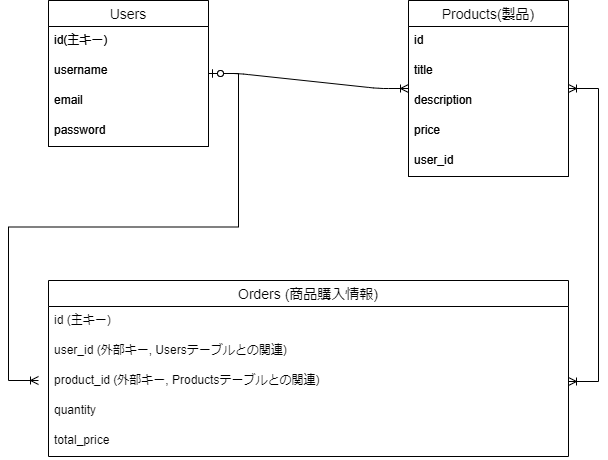
Earlier version of the draw.io export test.png (IP-C/furima-39441-d). Source tidied: cells renumbered, new cells last; positions are measured from the earlier drawing's top-left corner, leaving out a move shared by most shapes. Its diagram source:
```xml
<mxGraphModel>
  <root>
    <mxCell id="0" />
    <mxCell id="1" parent="0" />
    <mxCell id="2" value="Users" style="swimlane;fontStyle=0;horizontal=1;startSize=26;align=center;fontSize=14;" parent="1" vertex="1">
      <mxGeometry x="10" width="160" height="146" as="geometry" />
    </mxCell>
    <mxCell id="3" value="id(主キー)" style="text;strokeColor=none;fillColor=none;spacingLeft=4;spacingRight=4;overflow=hidden;fontSize=12;" parent="2" vertex="1">
      <mxGeometry y="26" width="160" height="30" as="geometry" />
    </mxCell>
    <mxCell id="4" value="username" style="text;strokeColor=none;fillColor=none;spacingLeft=4;spacingRight=4;overflow=hidden;fontSize=12;" parent="2" vertex="1">
      <mxGeometry y="56" width="160" height="30" as="geometry" />
    </mxCell>
    <mxCell id="5" value="email" style="text;strokeColor=none;fillColor=none;spacingLeft=4;spacingRight=4;overflow=hidden;fontSize=12;" parent="2" vertex="1">
      <mxGeometry y="86" width="160" height="30" as="geometry" />
    </mxCell>
    <mxCell id="6" value="password" style="text;strokeColor=none;fillColor=none;spacingLeft=4;spacingRight=4;overflow=hidden;fontSize=12;" parent="2" vertex="1">
      <mxGeometry y="116" width="160" height="30" as="geometry" />
    </mxCell>
    <mxCell id="7" value="Products(製品)" style="swimlane;fontStyle=0;horizontal=1;startSize=26;align=center;fontSize=14;" parent="1" vertex="1">
      <mxGeometry x="370" width="160" height="176" as="geometry" />
    </mxCell>
    <mxCell id="8" value="id" style="text;strokeColor=none;fillColor=none;spacingLeft=4;spacingRight=4;overflow=hidden;fontSize=12;" parent="7" vertex="1">
      <mxGeometry y="26" width="160" height="30" as="geometry" />
    </mxCell>
    <mxCell id="9" value="title" style="text;strokeColor=none;fillColor=none;spacingLeft=4;spacingRight=4;overflow=hidden;fontSize=12;" parent="7" vertex="1">
      <mxGeometry y="56" width="160" height="30" as="geometry" />
    </mxCell>
    <mxCell id="10" value="description" style="text;strokeColor=none;fillColor=none;spacingLeft=4;spacingRight=4;overflow=hidden;fontSize=12;" parent="7" vertex="1">
      <mxGeometry y="86" width="160" height="30" as="geometry" />
    </mxCell>
    <mxCell id="11" value="price" style="text;strokeColor=none;fillColor=none;spacingLeft=4;spacingRight=4;overflow=hidden;fontSize=12;" parent="7" vertex="1">
      <mxGeometry y="116" width="160" height="30" as="geometry" />
    </mxCell>
    <mxCell id="12" value="user_id" style="text;strokeColor=none;fillColor=none;spacingLeft=4;spacingRight=4;overflow=hidden;fontSize=12;" parent="7" vertex="1">
      <mxGeometry y="146" width="160" height="30" as="geometry" />
    </mxCell>
    <mxCell id="13" value="Users" style="swimlane;fontStyle=0;horizontal=1;startSize=26;align=center;fontSize=14;" parent="1" vertex="1">
      <mxGeometry x="10" width="160" height="146" as="geometry" />
    </mxCell>
    <mxCell id="14" value="id(主キー)" style="text;strokeColor=none;fillColor=none;spacingLeft=4;spacingRight=4;overflow=hidden;fontSize=12;" parent="13" vertex="1">
      <mxGeometry y="26" width="160" height="30" as="geometry" />
    </mxCell>
    <mxCell id="15" value="username" style="text;strokeColor=none;fillColor=none;spacingLeft=4;spacingRight=4;overflow=hidden;fontSize=12;" parent="13" vertex="1">
      <mxGeometry y="56" width="160" height="30" as="geometry" />
    </mxCell>
    <mxCell id="16" value="email" style="text;strokeColor=none;fillColor=none;spacingLeft=4;spacingRight=4;overflow=hidden;fontSize=12;" parent="13" vertex="1">
      <mxGeometry y="86" width="160" height="30" as="geometry" />
    </mxCell>
    <mxCell id="17" value="password" style="text;strokeColor=none;fillColor=none;spacingLeft=4;spacingRight=4;overflow=hidden;fontSize=12;" parent="13" vertex="1">
      <mxGeometry y="116" width="160" height="30" as="geometry" />
    </mxCell>
    <mxCell id="18" value="Products(製品)" style="swimlane;fontStyle=0;horizontal=1;startSize=26;align=center;fontSize=14;" parent="1" vertex="1">
      <mxGeometry x="370" width="160" height="176" as="geometry" />
    </mxCell>
    <mxCell id="19" value="id" style="text;strokeColor=none;fillColor=none;spacingLeft=4;spacingRight=4;overflow=hidden;fontSize=12;" parent="18" vertex="1">
      <mxGeometry y="26" width="160" height="30" as="geometry" />
    </mxCell>
    <mxCell id="20" value="title" style="text;strokeColor=none;fillColor=none;spacingLeft=4;spacingRight=4;overflow=hidden;fontSize=12;" parent="18" vertex="1">
      <mxGeometry y="56" width="160" height="30" as="geometry" />
    </mxCell>
    <mxCell id="21" value="description" style="text;strokeColor=none;fillColor=none;spacingLeft=4;spacingRight=4;overflow=hidden;fontSize=12;" parent="18" vertex="1">
      <mxGeometry y="86" width="160" height="30" as="geometry" />
    </mxCell>
    <mxCell id="22" value="price" style="text;strokeColor=none;fillColor=none;spacingLeft=4;spacingRight=4;overflow=hidden;fontSize=12;" parent="18" vertex="1">
      <mxGeometry y="116" width="160" height="30" as="geometry" />
    </mxCell>
    <mxCell id="23" value="user_id" style="text;strokeColor=none;fillColor=none;spacingLeft=4;spacingRight=4;overflow=hidden;fontSize=12;" parent="18" vertex="1">
      <mxGeometry y="146" width="160" height="30" as="geometry" />
    </mxCell>
    <mxCell id="24" value="Orders (商品購入情報)" style="swimlane;fontStyle=0;horizontal=1;startSize=26;align=center;fontSize=14;" parent="1" vertex="1">
      <mxGeometry x="10" y="280" width="520" height="176" as="geometry" />
    </mxCell>
    <mxCell id="25" value="id (主キー)" style="text;strokeColor=none;fillColor=none;spacingLeft=4;spacingRight=4;overflow=hidden;fontSize=12;" parent="24" vertex="1">
      <mxGeometry y="26" width="520" height="30" as="geometry" />
    </mxCell>
    <mxCell id="26" value="user_id (外部キー, Usersテーブルとの関連)" style="text;strokeColor=none;fillColor=none;spacingLeft=4;spacingRight=4;overflow=hidden;points=[[0,0.5],[1,0.5]];portConstraint=eastwest;fontSize=12;" parent="24" vertex="1">
      <mxGeometry y="56" width="520" height="30" as="geometry" />
    </mxCell>
    <mxCell id="27" value="product_id (外部キー, Productsテーブルとの関連)" style="text;strokeColor=none;fillColor=none;spacingLeft=4;spacingRight=4;overflow=hidden;points=[[0,0.5],[1,0.5]];portConstraint=eastwest;fontSize=12;" parent="24" vertex="1">
      <mxGeometry y="86" width="520" height="30" as="geometry" />
    </mxCell>
    <mxCell id="28" value="quantity" style="text;strokeColor=none;fillColor=none;spacingLeft=4;spacingRight=4;overflow=hidden;points=[[0,0.5],[1,0.5]];portConstraint=eastwest;fontSize=12;" parent="24" vertex="1">
      <mxGeometry y="116" width="520" height="30" as="geometry" />
    </mxCell>
    <mxCell id="29" value="total_price" style="text;strokeColor=none;fillColor=none;spacingLeft=4;spacingRight=4;overflow=hidden;fontSize=12;" parent="24" vertex="1">
      <mxGeometry y="146" width="520" height="30" as="geometry" />
    </mxCell>
    <mxCell id="30" style="edgeStyle=entityRelationEdgeStyle;fontSize=12;html=1;endArrow=ERoneToMany;startArrow=ERoneToMany;rounded=0;labelBackgroundColor=default;strokeColor=default;fontFamily=Helvetica;fontColor=default;shape=connector;exitX=1;exitY=0.5;exitDx=0;exitDy=0;" parent="1" edge="1" source="27" target="18">
      <mxGeometry relative="1" as="geometry" />
    </mxCell>
    <mxCell id="31" style="edgeStyle=entityRelationEdgeStyle;fontSize=12;html=1;endArrow=ERoneToMany;startArrow=ERzeroToOne;rounded=0;labelBackgroundColor=default;strokeColor=default;fontFamily=Helvetica;fontColor=default;shape=connector;" parent="1" edge="1" source="13">
      <mxGeometry relative="1" as="geometry">
        <mxPoint y="380" as="targetPoint" />
      </mxGeometry>
    </mxCell>
    <mxCell id="32" style="edgeStyle=entityRelationEdgeStyle;fontSize=12;html=1;endArrow=ERoneToMany;startArrow=ERzeroToOne;rounded=1;labelBackgroundColor=default;strokeColor=default;fontFamily=Helvetica;fontColor=default;shape=connector;" parent="1" edge="1" source="13" target="18">
      <mxGeometry relative="1" as="geometry" />
    </mxCell>
  </root>
</mxGraphModel>
```
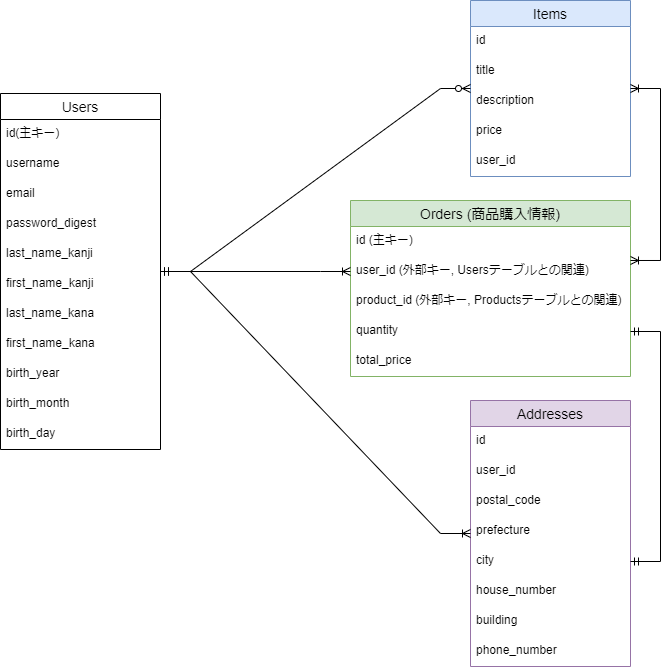
Later version of the same file.

Change to the diagram source:
```diff
@@ -2,41 +2,8 @@
   <root>
     <mxCell id="0" />
     <mxCell id="1" parent="0" />
-    <mxCell id="2" value="Users" style="swimlane;fontStyle=0;horizontal=1;startSize=26;align=center;fontSize=14;" parent="1" vertex="1">
-      <mxGeometry x="10" width="160" height="146" as="geometry" />
-    </mxCell>
-    <mxCell id="3" value="id(主キー)" style="text;strokeColor=none;fillColor=none;spacingLeft=4;spacingRight=4;overflow=hidden;fontSize=12;" parent="2" vertex="1">
-      <mxGeometry y="26" width="160" height="30" as="geometry" />
-    </mxCell>
-    <mxCell id="4" value="username" style="text;strokeColor=none;fillColor=none;spacingLeft=4;spacingRight=4;overflow=hidden;fontSize=12;" parent="2" vertex="1">
-      <mxGeometry y="56" width="160" height="30" as="geometry" />
-    </mxCell>
-    <mxCell id="5" value="email" style="text;strokeColor=none;fillColor=none;spacingLeft=4;spacingRight=4;overflow=hidden;fontSize=12;" parent="2" vertex="1">
-      <mxGeometry y="86" width="160" height="30" as="geometry" />
-    </mxCell>
-    <mxCell id="6" value="password" style="text;strokeColor=none;fillColor=none;spacingLeft=4;spacingRight=4;overflow=hidden;fontSize=12;" parent="2" vertex="1">
-      <mxGeometry y="116" width="160" height="30" as="geometry" />
-    </mxCell>
-    <mxCell id="7" value="Products(製品)" style="swimlane;fontStyle=0;horizontal=1;startSize=26;align=center;fontSize=14;" parent="1" vertex="1">
-      <mxGeometry x="370" width="160" height="176" as="geometry" />
-    </mxCell>
-    <mxCell id="8" value="id" style="text;strokeColor=none;fillColor=none;spacingLeft=4;spacingRight=4;overflow=hidden;fontSize=12;" parent="7" vertex="1">
-      <mxGeometry y="26" width="160" height="30" as="geometry" />
-    </mxCell>
-    <mxCell id="9" value="title" style="text;strokeColor=none;fillColor=none;spacingLeft=4;spacingRight=4;overflow=hidden;fontSize=12;" parent="7" vertex="1">
-      <mxGeometry y="56" width="160" height="30" as="geometry" />
-    </mxCell>
-    <mxCell id="10" value="description" style="text;strokeColor=none;fillColor=none;spacingLeft=4;spacingRight=4;overflow=hidden;fontSize=12;" parent="7" vertex="1">
-      <mxGeometry y="86" width="160" height="30" as="geometry" />
-    </mxCell>
-    <mxCell id="11" value="price" style="text;strokeColor=none;fillColor=none;spacingLeft=4;spacingRight=4;overflow=hidden;fontSize=12;" parent="7" vertex="1">
-      <mxGeometry y="116" width="160" height="30" as="geometry" />
-    </mxCell>
-    <mxCell id="12" value="user_id" style="text;strokeColor=none;fillColor=none;spacingLeft=4;spacingRight=4;overflow=hidden;fontSize=12;" parent="7" vertex="1">
-      <mxGeometry y="146" width="160" height="30" as="geometry" />
-    </mxCell>
     <mxCell id="13" value="Users" style="swimlane;fontStyle=0;horizontal=1;startSize=26;align=center;fontSize=14;" parent="1" vertex="1">
-      <mxGeometry x="10" width="160" height="146" as="geometry" />
+      <mxGeometry x="-60" y="53" width="160" height="356" as="geometry" />
     </mxCell>
     <mxCell id="14" value="id(主キー)" style="text;strokeColor=none;fillColor=none;spacingLeft=4;spacingRight=4;overflow=hidden;fontSize=12;" parent="13" vertex="1">
       <mxGeometry y="26" width="160" height="30" as="geometry" />
@@ -47,11 +14,32 @@
     <mxCell id="16" value="email" style="text;strokeColor=none;fillColor=none;spacingLeft=4;spacingRight=4;overflow=hidden;fontSize=12;" parent="13" vertex="1">
       <mxGeometry y="86" width="160" height="30" as="geometry" />
     </mxCell>
-    <mxCell id="17" value="password" style="text;strokeColor=none;fillColor=none;spacingLeft=4;spacingRight=4;overflow=hidden;fontSize=12;" parent="13" vertex="1">
+    <mxCell id="17" value="password_digest" style="text;strokeColor=none;fillColor=none;spacingLeft=4;spacingRight=4;overflow=hidden;fontSize=12;" parent="13" vertex="1">
       <mxGeometry y="116" width="160" height="30" as="geometry" />
     </mxCell>
+    <mxCell id="33" value="last_name_kanji" style="text;strokeColor=none;fillColor=none;spacingLeft=4;spacingRight=4;overflow=hidden;fontSize=12;fontFamily=Helvetica;fontColor=default;" parent="13" vertex="1">
+      <mxGeometry y="146" width="160" height="30" as="geometry" />
+    </mxCell>
+    <mxCell id="34" value="first_name_kanji" style="text;strokeColor=none;fillColor=none;spacingLeft=4;spacingRight=4;overflow=hidden;fontSize=12;fontFamily=Helvetica;fontColor=default;" parent="13" vertex="1">
+      <mxGeometry y="176" width="160" height="30" as="geometry" />
+    </mxCell>
+    <mxCell id="35" value="last_name_kana" style="text;strokeColor=none;fillColor=none;spacingLeft=4;spacingRight=4;overflow=hidden;fontSize=12;fontFamily=Helvetica;fontColor=default;" parent="13" vertex="1">
+      <mxGeometry y="206" width="160" height="30" as="geometry" />
+    </mxCell>
+    <mxCell id="36" value="first_name_kana" style="text;strokeColor=none;fillColor=none;spacingLeft=4;spacingRight=4;overflow=hidden;fontSize=12;fontFamily=Helvetica;fontColor=default;" parent="13" vertex="1">
+      <mxGeometry y="236" width="160" height="30" as="geometry" />
+    </mxCell>
+    <mxCell id="37" value="birth_year" style="text;strokeColor=none;fillColor=none;spacingLeft=4;spacingRight=4;overflow=hidden;fontSize=12;fontFamily=Helvetica;fontColor=default;" parent="13" vertex="1">
+      <mxGeometry y="266" width="160" height="30" as="geometry" />
+    </mxCell>
+    <mxCell id="38" value="birth_month" style="text;strokeColor=none;fillColor=none;spacingLeft=4;spacingRight=4;overflow=hidden;fontSize=12;fontFamily=Helvetica;fontColor=default;" parent="13" vertex="1">
+      <mxGeometry y="296" width="160" height="30" as="geometry" />
+    </mxCell>
+    <mxCell id="39" value="birth_day" style="text;strokeColor=none;fillColor=none;spacingLeft=4;spacingRight=4;overflow=hidden;fontSize=12;fontFamily=Helvetica;fontColor=default;" parent="13" vertex="1">
+      <mxGeometry y="326" width="160" height="30" as="geometry" />
+    </mxCell>
-    <mxCell id="18" value="Products(製品)" style="swimlane;fontStyle=0;horizontal=1;startSize=26;align=center;fontSize=14;" parent="1" vertex="1">
-      <mxGeometry x="370" width="160" height="176" as="geometry" />
+    <mxCell id="18" value="Items" style="swimlane;fontStyle=0;horizontal=1;startSize=26;align=center;fontSize=14;fillColor=#dae8fc;strokeColor=#6c8ebf;" parent="1" vertex="1">
+      <mxGeometry x="410" y="-40" width="160" height="176" as="geometry" />
     </mxCell>
     <mxCell id="19" value="id" style="text;strokeColor=none;fillColor=none;spacingLeft=4;spacingRight=4;overflow=hidden;fontSize=12;" parent="18" vertex="1">
       <mxGeometry y="26" width="160" height="30" as="geometry" />
@@ -68,34 +56,65 @@
     <mxCell id="23" value="user_id" style="text;strokeColor=none;fillColor=none;spacingLeft=4;spacingRight=4;overflow=hidden;fontSize=12;" parent="18" vertex="1">
       <mxGeometry y="146" width="160" height="30" as="geometry" />
     </mxCell>
-    <mxCell id="24" value="Orders (商品購入情報)" style="swimlane;fontStyle=0;horizontal=1;startSize=26;align=center;fontSize=14;" parent="1" vertex="1">
-      <mxGeometry x="10" y="280" width="520" height="176" as="geometry" />
+    <mxCell id="24" value="Orders (商品購入情報)" style="swimlane;fontStyle=0;horizontal=1;startSize=26;align=center;fontSize=14;fillColor=#d5e8d4;strokeColor=#82b366;" parent="1" vertex="1">
+      <mxGeometry x="290" y="160" width="280" height="176" as="geometry" />
     </mxCell>
     <mxCell id="25" value="id (主キー)" style="text;strokeColor=none;fillColor=none;spacingLeft=4;spacingRight=4;overflow=hidden;fontSize=12;" parent="24" vertex="1">
-      <mxGeometry y="26" width="520" height="30" as="geometry" />
+      <mxGeometry y="26" width="280" height="30" as="geometry" />
     </mxCell>
     <mxCell id="26" value="user_id (外部キー, Usersテーブルとの関連)" style="text;strokeColor=none;fillColor=none;spacingLeft=4;spacingRight=4;overflow=hidden;points=[[0,0.5],[1,0.5]];portConstraint=eastwest;fontSize=12;" parent="24" vertex="1">
-      <mxGeometry y="56" width="520" height="30" as="geometry" />
+      <mxGeometry y="56" width="280" height="30" as="geometry" />
     </mxCell>
     <mxCell id="27" value="product_id (外部キー, Productsテーブルとの関連)" style="text;strokeColor=none;fillColor=none;spacingLeft=4;spacingRight=4;overflow=hidden;points=[[0,0.5],[1,0.5]];portConstraint=eastwest;fontSize=12;" parent="24" vertex="1">
-      <mxGeometry y="86" width="520" height="30" as="geometry" />
+      <mxGeometry y="86" width="280" height="30" as="geometry" />
     </mxCell>
     <mxCell id="28" value="quantity" style="text;strokeColor=none;fillColor=none;spacingLeft=4;spacingRight=4;overflow=hidden;points=[[0,0.5],[1,0.5]];portConstraint=eastwest;fontSize=12;" parent="24" vertex="1">
-      <mxGeometry y="116" width="520" height="30" as="geometry" />
+      <mxGeometry y="116" width="280" height="30" as="geometry" />
     </mxCell>
     <mxCell id="29" value="total_price" style="text;strokeColor=none;fillColor=none;spacingLeft=4;spacingRight=4;overflow=hidden;fontSize=12;" parent="24" vertex="1">
-      <mxGeometry y="146" width="520" height="30" as="geometry" />
+      <mxGeometry y="146" width="280" height="30" as="geometry" />
     </mxCell>
-    <mxCell id="30" style="edgeStyle=entityRelationEdgeStyle;fontSize=12;html=1;endArrow=ERoneToMany;startArrow=ERoneToMany;rounded=0;labelBackgroundColor=default;strokeColor=default;fontFamily=Helvetica;fontColor=default;shape=connector;exitX=1;exitY=0.5;exitDx=0;exitDy=0;" parent="1" edge="1" source="27" target="18">
+    <mxCell id="30" style="edgeStyle=entityRelationEdgeStyle;fontSize=12;html=1;endArrow=ERoneToMany;startArrow=ERoneToMany;rounded=0;labelBackgroundColor=default;strokeColor=default;fontFamily=Helvetica;fontColor=default;shape=connector;exitX=1;exitY=0.133;exitDx=0;exitDy=0;exitPerimeter=0;" parent="1" edge="1" source="26" target="18">
       <mxGeometry relative="1" as="geometry" />
     </mxCell>
-    <mxCell id="31" style="edgeStyle=entityRelationEdgeStyle;fontSize=12;html=1;endArrow=ERoneToMany;startArrow=ERzeroToOne;rounded=0;labelBackgroundColor=default;strokeColor=default;fontFamily=Helvetica;fontColor=default;shape=connector;" parent="1" edge="1" source="13">
-      <mxGeometry relative="1" as="geometry">
-        <mxPoint y="380" as="targetPoint" />
-      </mxGeometry>
-    </mxCell>
+    <mxCell id="40" value="Addresses" style="swimlane;fontStyle=0;horizontal=1;startSize=26;align=center;fontSize=14;fontFamily=Helvetica;fillColor=#e1d5e7;strokeColor=#9673a6;" parent="1" vertex="1">
+      <mxGeometry x="410" y="360" width="160" height="266" as="geometry" />
+    </mxCell>
+    <mxCell id="8" value="id" style="text;strokeColor=none;fillColor=none;spacingLeft=4;spacingRight=4;overflow=hidden;fontSize=12;fontFamily=Helvetica;fontColor=default;" parent="40" vertex="1">
+      <mxGeometry y="26" width="160" height="30" as="geometry" />
+    </mxCell>
+    <mxCell id="12" value="user_id" style="text;strokeColor=none;fillColor=none;spacingLeft=4;spacingRight=4;overflow=hidden;fontSize=12;fontFamily=Helvetica;fontColor=default;" parent="40" vertex="1">
+      <mxGeometry y="56" width="160" height="30" as="geometry" />
+    </mxCell>
+    <mxCell id="41" value="postal_code" style="text;strokeColor=none;fillColor=none;spacingLeft=4;spacingRight=4;overflow=hidden;fontSize=12;fontFamily=Helvetica;fontColor=default;" parent="40" vertex="1">
+      <mxGeometry y="86" width="160" height="30" as="geometry" />
+    </mxCell>
+    <mxCell id="42" value="prefecture" style="text;strokeColor=none;fillColor=none;spacingLeft=4;spacingRight=4;overflow=hidden;fontSize=12;fontFamily=Helvetica;fontColor=default;" parent="40" vertex="1">
+      <mxGeometry y="116" width="160" height="30" as="geometry" />
+    </mxCell>
+    <mxCell id="43" value="city" style="text;strokeColor=none;fillColor=none;spacingLeft=4;spacingRight=4;overflow=hidden;points=[[0,0.5],[1,0.5]];portConstraint=eastwest;fontSize=12;fontFamily=Helvetica;fontColor=default;" parent="40" vertex="1">
+      <mxGeometry y="146" width="160" height="30" as="geometry" />
+    </mxCell>
+    <mxCell id="44" value="house_number" style="text;strokeColor=none;fillColor=none;spacingLeft=4;spacingRight=4;overflow=hidden;fontSize=12;fontFamily=Helvetica;fontColor=default;" parent="40" vertex="1">
+      <mxGeometry y="176" width="160" height="30" as="geometry" />
+    </mxCell>
+    <mxCell id="45" value="building" style="text;strokeColor=none;fillColor=none;spacingLeft=4;spacingRight=4;overflow=hidden;fontSize=12;fontFamily=Helvetica;fontColor=default;" parent="40" vertex="1">
+      <mxGeometry y="206" width="160" height="30" as="geometry" />
+    </mxCell>
+    <mxCell id="46" value="phone_number" style="text;strokeColor=none;fillColor=none;spacingLeft=4;spacingRight=4;overflow=hidden;fontSize=12;fontFamily=Helvetica;fontColor=default;" parent="40" vertex="1">
+      <mxGeometry y="236" width="160" height="30" as="geometry" />
+    </mxCell>
+    <mxCell id="47" style="edgeStyle=entityRelationEdgeStyle;fontSize=12;html=1;endArrow=ERmandOne;startArrow=ERmandOne;rounded=0;labelBackgroundColor=default;strokeColor=default;fontFamily=Helvetica;fontColor=default;shape=connector;exitX=1;exitY=0.5;exitDx=0;exitDy=0;entryX=1;entryY=0.5;entryDx=0;entryDy=0;" parent="1" edge="1" source="43" target="28">
+      <mxGeometry relative="1" as="geometry" />
+    </mxCell>
-    <mxCell id="32" style="edgeStyle=entityRelationEdgeStyle;fontSize=12;html=1;endArrow=ERoneToMany;startArrow=ERzeroToOne;rounded=1;labelBackgroundColor=default;strokeColor=default;fontFamily=Helvetica;fontColor=default;shape=connector;" parent="1" edge="1" source="13" target="18">
+    <mxCell id="32" style="edgeStyle=entityRelationEdgeStyle;fontSize=12;html=1;endArrow=ERzeroToMany;startArrow=ERmandOne;rounded=0;labelBackgroundColor=default;strokeColor=default;fontFamily=Helvetica;fontColor=default;shape=connector;" parent="1" edge="1" source="13" target="18">
       <mxGeometry relative="1" as="geometry" />
     </mxCell>
+    <mxCell id="48" style="edgeStyle=entityRelationEdgeStyle;fontSize=12;html=1;endArrow=ERoneToMany;startArrow=ERmandOne;rounded=0;labelBackgroundColor=default;strokeColor=default;fontFamily=Helvetica;fontColor=default;shape=connector;" parent="1" edge="1" source="13" target="40">
+      <mxGeometry relative="1" as="geometry" />
+    </mxCell>
+    <mxCell id="49" style="edgeStyle=entityRelationEdgeStyle;fontSize=12;html=1;endArrow=ERoneToMany;startArrow=ERmandOne;rounded=0;labelBackgroundColor=default;strokeColor=default;fontFamily=Helvetica;fontColor=default;shape=connector;entryX=0;entryY=0.5;entryDx=0;entryDy=0;" parent="1" edge="1" source="13" target="26">
+      <mxGeometry relative="1" as="geometry" />
+    </mxCell>
   </root>
 </mxGraphModel>
```
